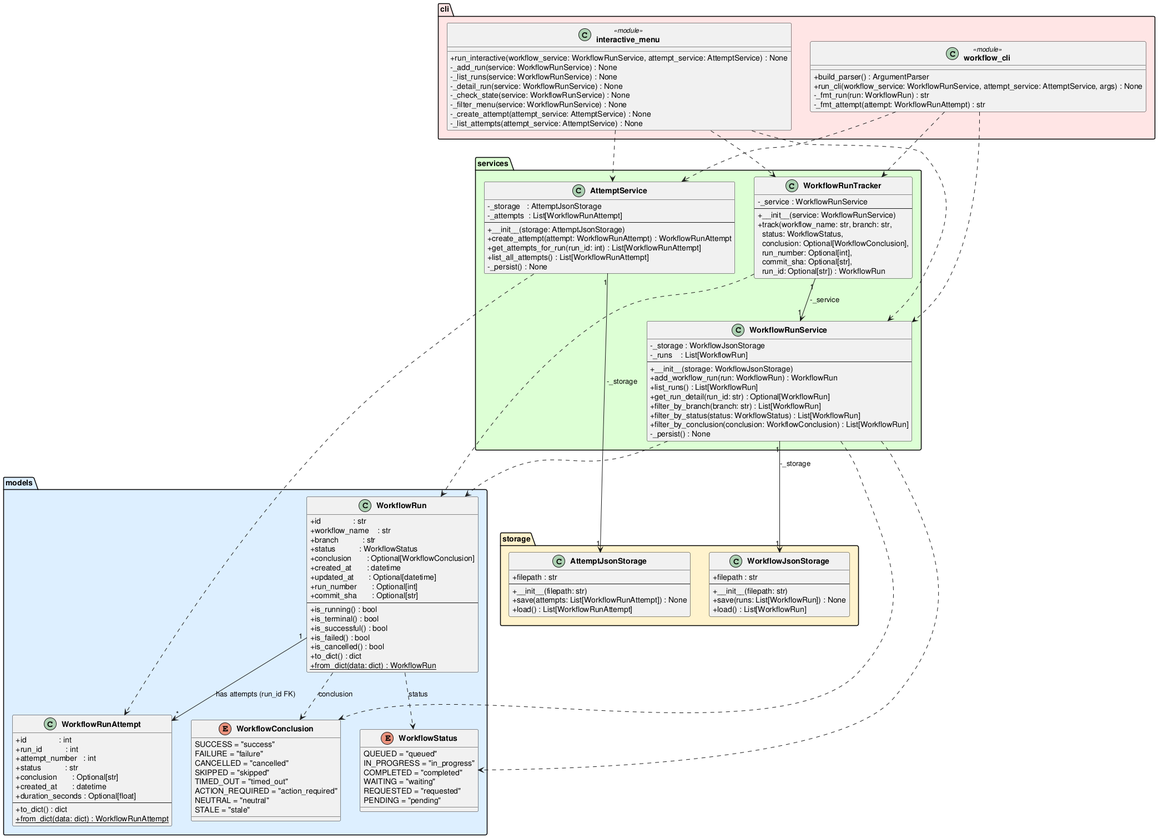
This is experiments/broadcast/user_stories/github-workflow-manager/artifacts/class_diagram.png from DanielRiha8906/Software_autoevolution_using_agents, a PlantUML export, as it was before one commit.
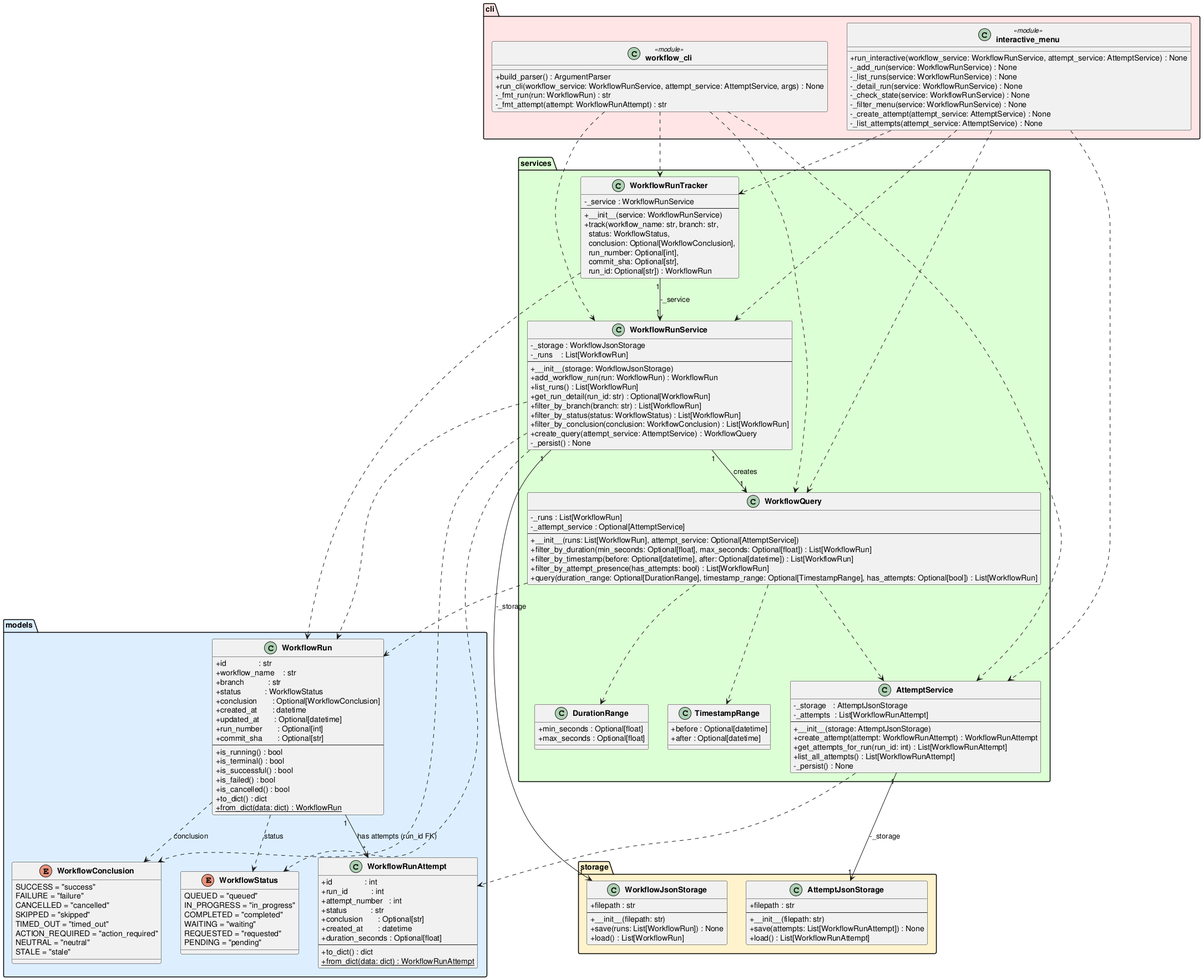
After the commit.

Change to the diagram source:
```diff
@@ -88,7 +88,29 @@
         +filter_by_branch(branch: str) : List[WorkflowRun]
         +filter_by_status(status: WorkflowStatus) : List[WorkflowRun]
         +filter_by_conclusion(conclusion: WorkflowConclusion) : List[WorkflowRun]
+        +create_query(attempt_service: AttemptService) : WorkflowQuery
         -_persist() : None
+    }
+
+    class WorkflowQuery {
+        -_runs : List[WorkflowRun]
+        -_attempt_service : Optional[AttemptService]
+        --
+        +__init__(runs: List[WorkflowRun], attempt_service: Optional[AttemptService])
+        +filter_by_duration(min_seconds: Optional[float], max_seconds: Optional[float]) : List[WorkflowRun]
+        +filter_by_timestamp(before: Optional[datetime], after: Optional[datetime]) : List[WorkflowRun]
+        +filter_by_attempt_presence(has_attempts: bool) : List[WorkflowRun]
+        +query(duration_range: Optional[DurationRange], timestamp_range: Optional[TimestampRange], has_attempts: Optional[bool]) : List[WorkflowRun]
+    }
+
+    class DurationRange {
+        +min_seconds : Optional[float]
+        +max_seconds : Optional[float]
+    }
+
+    class TimestampRange {
+        +before : Optional[datetime]
+        +after : Optional[datetime]
     }
 
     class WorkflowRunTracker {
@@ -137,6 +159,11 @@
 WorkflowRunService         ..>  WorkflowRun
 WorkflowRunService         ..>  WorkflowStatus
 WorkflowRunService         ..>  WorkflowConclusion
+WorkflowRunService    "1" --> "1" WorkflowQuery   : creates
+WorkflowQuery              ..>  WorkflowRun
+WorkflowQuery              ..>  DurationRange
+WorkflowQuery              ..>  TimestampRange
+WorkflowQuery              ..>  AttemptService
 WorkflowRunTracker    "1" --> "1" WorkflowRunService  : -_service
 WorkflowRunTracker         ..>  WorkflowRun
 AttemptService       "1" --> "1" AttemptJsonStorage   : -_storage
@@ -144,8 +171,10 @@
 "workflow_cli"             ..>  WorkflowRunService
 "workflow_cli"             ..>  AttemptService
 "workflow_cli"             ..>  WorkflowRunTracker
+"workflow_cli"             ..>  WorkflowQuery
 "interactive_menu"         ..>  WorkflowRunService
 "interactive_menu"         ..>  AttemptService
 "interactive_menu"         ..>  WorkflowRunTracker
+"interactive_menu"         ..>  WorkflowQuery
 
 @enduml
```
